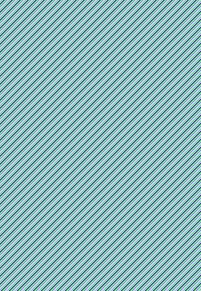
Above: classes/ProjectSchema.drawio.png in awsomegui-capstone/diagrams (draw.io), before the change. Source tidied: cells renumbered, new cells last; positions are measured from the earlier drawing's top-left corner, leaving out a move shared by most shapes.
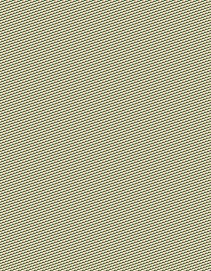
After the commit.

What changed in the source:
```diff
@@ -3,28 +3,31 @@
     <mxCell id="0" />
     <mxCell id="1" parent="0" />
     <mxCell id="2" value="Project" style="swimlane;" parent="1" vertex="1">
-      <mxGeometry width="200" height="290" as="geometry" />
+      <mxGeometry width="210" height="270" as="geometry" />
     </mxCell>
-    <mxCell id="3" value="Name" style="text;html=1;strokeColor=none;fillColor=none;align=left;verticalAlign=middle;whiteSpace=wrap;rounded=0;" parent="2" vertex="1">
-      <mxGeometry y="30" width="200" height="30" as="geometry" />
+    <mxCell id="3" value="Name &amp;gt; String" style="text;html=1;strokeColor=none;fillColor=none;align=left;verticalAlign=middle;whiteSpace=wrap;rounded=0;" parent="2" vertex="1">
+      <mxGeometry y="60" width="200" height="30" as="geometry" />
     </mxCell>
-    <mxCell id="4" value="Id" style="text;html=1;strokeColor=none;fillColor=none;align=left;verticalAlign=middle;whiteSpace=wrap;rounded=0;" parent="2" vertex="1">
-      <mxGeometry y="60" width="200" height="30" as="geometry" />
+    <mxCell id="4" value="Id &amp;gt; Int" style="text;html=1;strokeColor=none;fillColor=none;align=left;verticalAlign=middle;whiteSpace=wrap;rounded=0;" parent="2" vertex="1">
+      <mxGeometry y="90" width="200" height="30" as="geometry" />
     </mxCell>
-    <mxCell id="5" value="img" style="text;html=1;strokeColor=none;fillColor=none;align=left;verticalAlign=middle;whiteSpace=wrap;rounded=0;" parent="2" vertex="1">
-      <mxGeometry y="90" width="200" height="30" as="geometry" />
+    <mxCell id="5" value="img &amp;gt; String" style="text;html=1;strokeColor=none;fillColor=none;align=left;verticalAlign=middle;whiteSpace=wrap;rounded=0;" parent="2" vertex="1">
+      <mxGeometry y="120" width="200" height="30" as="geometry" />
     </mxCell>
-    <mxCell id="6" value="CFEndpoint" style="text;html=1;strokeColor=none;fillColor=none;align=left;verticalAlign=middle;whiteSpace=wrap;rounded=0;" parent="2" vertex="1">
-      <mxGeometry y="120" width="200" height="30" as="geometry" />
+    <mxCell id="6" value="CFEndpoint &amp;gt; String" style="text;html=1;strokeColor=none;fillColor=none;align=left;verticalAlign=middle;whiteSpace=wrap;rounded=0;" parent="2" vertex="1">
+      <mxGeometry y="150" width="200" height="30" as="geometry" />
     </mxCell>
-    <mxCell id="7" value="Regions ??" style="text;html=1;strokeColor=none;fillColor=none;align=left;verticalAlign=middle;whiteSpace=wrap;rounded=0;" parent="2" vertex="1">
-      <mxGeometry y="150" width="200" height="30" as="geometry" />
+    <mxCell id="7" value="Regions &amp;gt; List" style="text;html=1;strokeColor=none;fillColor=none;align=left;verticalAlign=middle;whiteSpace=wrap;rounded=0;" parent="2" vertex="1">
+      <mxGeometry y="180" width="200" height="30" as="geometry" />
     </mxCell>
-    <mxCell id="8" value="VPCs ??" style="text;html=1;strokeColor=none;fillColor=none;align=left;verticalAlign=middle;whiteSpace=wrap;rounded=0;" parent="2" vertex="1">
-      <mxGeometry y="180" width="200" height="30" as="geometry" />
+    <mxCell id="8" value="VPCs &amp;gt; List" style="text;html=1;strokeColor=none;fillColor=none;align=left;verticalAlign=middle;whiteSpace=wrap;rounded=0;" parent="2" vertex="1">
+      <mxGeometry y="210" width="200" height="30" as="geometry" />
     </mxCell>
-    <mxCell id="9" value="Instances ??" style="text;html=1;strokeColor=none;fillColor=none;align=left;verticalAlign=middle;whiteSpace=wrap;rounded=0;" parent="2" vertex="1">
-      <mxGeometry y="210" width="200" height="30" as="geometry" />
-    </mxCell>
+    <mxCell id="10" value="Owner &amp;gt; String" style="text;html=1;strokeColor=none;fillColor=none;align=left;verticalAlign=middle;whiteSpace=wrap;rounded=0;" parent="2" vertex="1">
+      <mxGeometry y="30" width="200" height="30" as="geometry" />
+    </mxCell>
+    <mxCell id="11" value="TimeCreated &amp;gt; Date" style="text;html=1;strokeColor=none;fillColor=none;align=left;verticalAlign=middle;whiteSpace=wrap;rounded=0;" parent="2" vertex="1">
+      <mxGeometry y="240" width="200" height="30" as="geometry" />
+    </mxCell>
   </root>
 </mxGraphModel>
```
